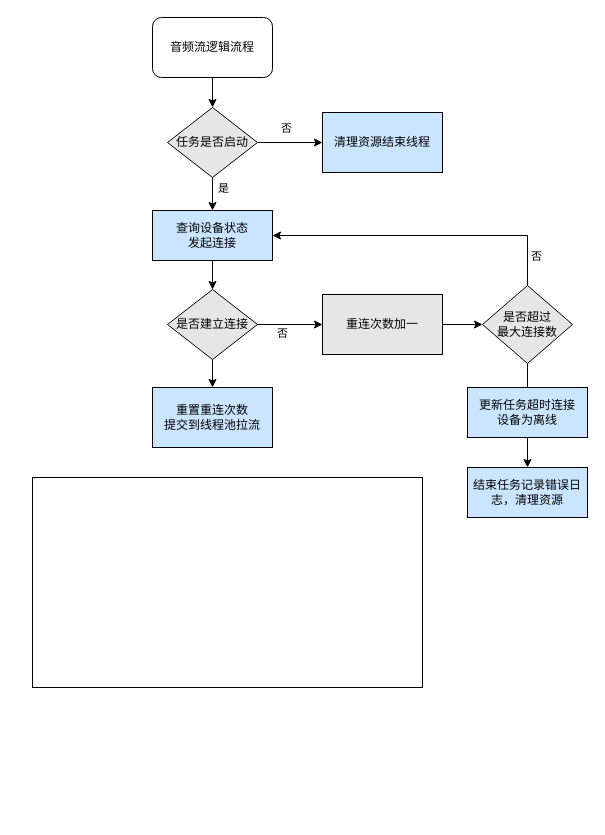
Before: 未命名绘图.drawio in ziwnqiu/corejava, a draw.io diagram. Source tidied: cells renumbered, new cells numbered last; positions are measured from the earlier drawing's top-left corner, leaving out a move shared by most shapes. Both pictures are drawn from the tidied source at 100%, with x=0, y=0 at pixel (32, 17).
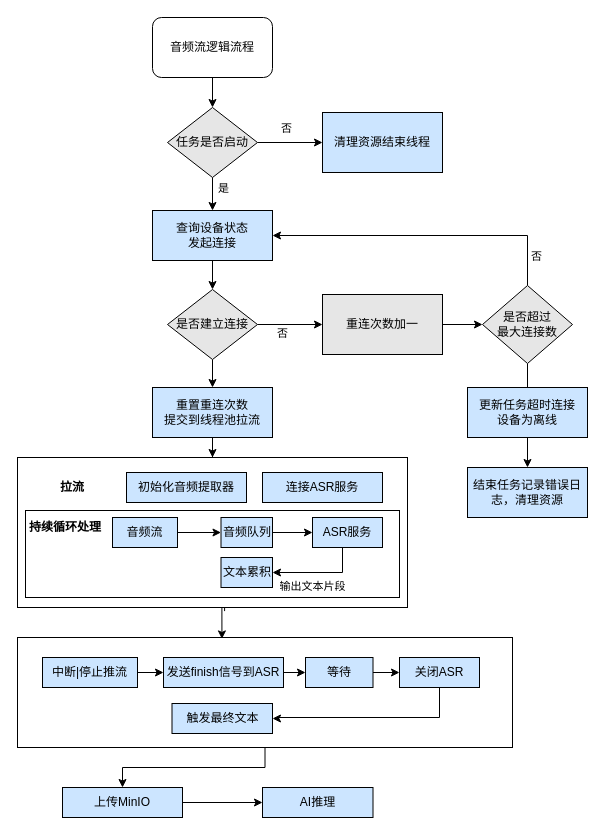
After the change.

The edit, as a diff of the source:
```diff
@@
+    <mxCell id="26" style="edgeStyle=orthogonalEdgeStyle;rounded=0;jettySize=auto;html=1;" parent="1" edge="1" source="24" target="25">
+      <mxGeometry relative="1" as="geometry" />
+    </mxCell>
     <mxCell id="24" value="重置重连次数&lt;br&gt;提交到线程池拉流" style="rounded=0;whiteSpace=wrap;html=1;fillColor=#CCE5FF;" parent="1" vertex="1">
-      <mxGeometry x="120" y="370" width="120" height="60" as="geometry" />
+      <mxGeometry x="120" y="370" width="120" height="50" as="geometry" />
     </mxCell>
     <mxCell id="25" style="rounded=0;whiteSpace=wrap;html=1;" parent="1" vertex="1">
-      <mxGeometry y="460" width="390" height="210" as="geometry" />
+      <mxGeometry x="-15" y="440" width="390" height="150" as="geometry" />
     </mxCell>
+    <mxCell id="27" value="初始化音频提取器" style="rounded=0;whiteSpace=wrap;html=1;fillColor=#CCE5FF;" parent="1" vertex="1">
+      <mxGeometry x="94" y="455" width="120" height="30" as="geometry" />
+    </mxCell>
+    <mxCell id="28" value="连接ASR服务" style="rounded=0;whiteSpace=wrap;html=1;fillColor=#CCE5FF;" parent="1" vertex="1">
+      <mxGeometry x="230" y="455" width="120" height="30" as="geometry" />
+    </mxCell>
+    <mxCell id="29" style="edgeStyle=orthogonalEdgeStyle;rounded=0;orthogonalLoop=1;jettySize=auto;html=1;exitX=0.75;exitY=1;exitDx=0;exitDy=0;entryX=0.664;entryY=0.932;entryDx=0;entryDy=0;entryPerimeter=0;" parent="1" edge="1" source="31" target="31">
+      <mxGeometry relative="1" as="geometry" />
+    </mxCell>
+    <mxCell id="30" style="rounded=0;whiteSpace=wrap;html=1;" parent="1" vertex="1">
+      <mxGeometry x="-7" y="493" width="374" height="87" as="geometry" />
+    </mxCell>
+    <mxCell id="31" value="&lt;b&gt;持续循环处理&lt;/b&gt;" style="text;html=1;whiteSpace=wrap;strokeColor=none;fillColor=none;align=center;verticalAlign=middle;rounded=0;" parent="1" vertex="1">
+      <mxGeometry x="-7" y="500" width="80" height="20" as="geometry" />
+    </mxCell>
+    <mxCell id="32" style="edgeStyle=orthogonalEdgeStyle;rounded=0;jettySize=auto;html=1;" parent="1" edge="1" source="33" target="35">
+      <mxGeometry relative="1" as="geometry" />
+    </mxCell>
+    <mxCell id="33" value="音频流" style="rounded=0;whiteSpace=wrap;html=1;fillColor=#CCE5FF;" parent="1" vertex="1">
+      <mxGeometry x="80" y="500" width="65" height="30" as="geometry" />
+    </mxCell>
+    <mxCell id="34" style="edgeStyle=orthogonalEdgeStyle;rounded=0;jettySize=auto;html=1;" parent="1" edge="1" source="35" target="38">
+      <mxGeometry relative="1" as="geometry" />
+    </mxCell>
+    <mxCell id="35" value="音频队列" style="rounded=0;whiteSpace=wrap;html=1;fillColor=#CCE5FF;" parent="1" vertex="1">
+      <mxGeometry x="188.5" y="500" width="51.5" height="30" as="geometry" />
+    </mxCell>
+    <mxCell id="36" style="edgeStyle=orthogonalEdgeStyle;rounded=0;jettySize=auto;html=1;entryX=1;entryY=0.5;entryDx=0;entryDy=0;" parent="1" edge="1" source="38" target="39">
+      <mxGeometry relative="1" as="geometry">
+        <Array as="points">
+          <mxPoint x="310" y="555" />
+        </Array>
+      </mxGeometry>
+    </mxCell>
+    <mxCell id="37" value="输出文本片段" style="edgeLabel;html=1;align=center;verticalAlign=middle;" parent="36" vertex="1">
+      <mxGeometry x="0.2" y="1" relative="1" as="geometry">
+        <mxPoint x="1" y="12" as="offset" />
+      </mxGeometry>
+    </mxCell>
+    <mxCell id="38" value="ASR服务" style="rounded=0;whiteSpace=wrap;html=1;fillColor=#CCE5FF;" parent="1" vertex="1">
+      <mxGeometry x="280" y="500" width="70" height="30" as="geometry" />
+    </mxCell>
+    <mxCell id="39" value="文本累积" style="rounded=0;whiteSpace=wrap;html=1;fillColor=#CCE5FF;" parent="1" vertex="1">
+      <mxGeometry x="188.5" y="540" width="51.5" height="30" as="geometry" />
+    </mxCell>
+    <mxCell id="40" style="edgeStyle=orthogonalEdgeStyle;rounded=0;jettySize=auto;html=1;" parent="1" edge="1" source="41" target="54">
+      <mxGeometry relative="1" as="geometry" />
+    </mxCell>
+    <mxCell id="41" style="rounded=0;whiteSpace=wrap;html=1;" parent="1" vertex="1">
+      <mxGeometry x="-15" y="620" width="495" height="110" as="geometry" />
+    </mxCell>
+    <mxCell id="42" style="edgeStyle=orthogonalEdgeStyle;rounded=0;jettySize=auto;html=1;" parent="1" edge="1" source="43" target="47">
+      <mxGeometry relative="1" as="geometry" />
+    </mxCell>
+    <mxCell id="43" value="中断|停止推流" style="rounded=0;whiteSpace=wrap;html=1;fillColor=#CCE5FF;" parent="1" vertex="1">
+      <mxGeometry x="10" y="640" width="95" height="30" as="geometry" />
+    </mxCell>
+    <mxCell id="44" style="edgeStyle=orthogonalEdgeStyle;rounded=0;jettySize=auto;html=1;" parent="1" edge="1" source="45" target="49">
+      <mxGeometry relative="1" as="geometry" />
+    </mxCell>
+    <mxCell id="45" value="等待" style="rounded=0;whiteSpace=wrap;html=1;fillColor=#CCE5FF;" parent="1" vertex="1">
+      <mxGeometry x="273" y="640" width="67.5" height="30" as="geometry" />
+    </mxCell>
+    <mxCell id="46" style="edgeStyle=orthogonalEdgeStyle;rounded=0;jettySize=auto;html=1;" parent="1" edge="1" source="47" target="45">
+      <mxGeometry relative="1" as="geometry" />
+    </mxCell>
+    <mxCell id="47" value="发送finish信号到ASR" style="rounded=0;whiteSpace=wrap;html=1;fillColor=#CCE5FF;" parent="1" vertex="1">
+      <mxGeometry x="131" y="640" width="120" height="30" as="geometry" />
+    </mxCell>
+    <mxCell id="48" style="edgeStyle=orthogonalEdgeStyle;rounded=0;jettySize=auto;html=1;entryX=1;entryY=0.5;entryDx=0;entryDy=0;" parent="1" edge="1" source="49" target="51">
+      <mxGeometry relative="1" as="geometry">
+        <Array as="points">
+          <mxPoint x="407" y="700" />
+          <mxPoint x="245" y="700" />
+        </Array>
+      </mxGeometry>
+    </mxCell>
+    <mxCell id="49" value="关闭ASR" style="rounded=0;whiteSpace=wrap;html=1;fillColor=#CCE5FF;" parent="1" vertex="1">
+      <mxGeometry x="367" y="640" width="80" height="30" as="geometry" />
+    </mxCell>
+    <mxCell id="50" value="&lt;b&gt;拉流&lt;/b&gt;" style="text;html=1;whiteSpace=wrap;strokeColor=none;fillColor=none;align=center;verticalAlign=middle;rounded=0;" parent="1" vertex="1">
+      <mxGeometry y="460" width="80" height="20" as="geometry" />
+    </mxCell>
+    <mxCell id="51" value="触发最终文本" style="whiteSpace=wrap;html=1;fillColor=#CCE5FF;rounded=0;" parent="1" vertex="1">
+      <mxGeometry x="139.5" y="686" width="100.5" height="30" as="geometry" />
+    </mxCell>
+    <mxCell id="52" style="edgeStyle=orthogonalEdgeStyle;rounded=0;jettySize=auto;html=1;entryX=0.413;entryY=0.013;entryDx=0;entryDy=0;entryPerimeter=0;exitX=0.531;exitY=1.024;exitDx=0;exitDy=0;exitPerimeter=0;" parent="1" edge="1" source="25" target="41">
+      <mxGeometry relative="1" as="geometry">
+        <Array as="points">
+          <mxPoint x="192" y="590" />
+          <mxPoint x="189" y="590" />
+        </Array>
+      </mxGeometry>
+    </mxCell>
+    <mxCell id="53" style="edgeStyle=orthogonalEdgeStyle;rounded=0;jettySize=auto;html=1;" parent="1" edge="1" source="54" target="55">
+      <mxGeometry relative="1" as="geometry" />
+    </mxCell>
+    <mxCell id="54" value="上传MinIO" style="whiteSpace=wrap;html=1;rounded=0;fillColor=#CCE5FF;" parent="1" vertex="1">
+      <mxGeometry x="30" y="770" width="120" height="30" as="geometry" />
+    </mxCell>
+    <mxCell id="55" value="AI推理" style="whiteSpace=wrap;html=1;rounded=0;fillColor=#CCE5FF;" parent="1" vertex="1">
+      <mxGeometry x="230" y="770" width="110.5" height="30" as="geometry" />
+    </mxCell>
```
